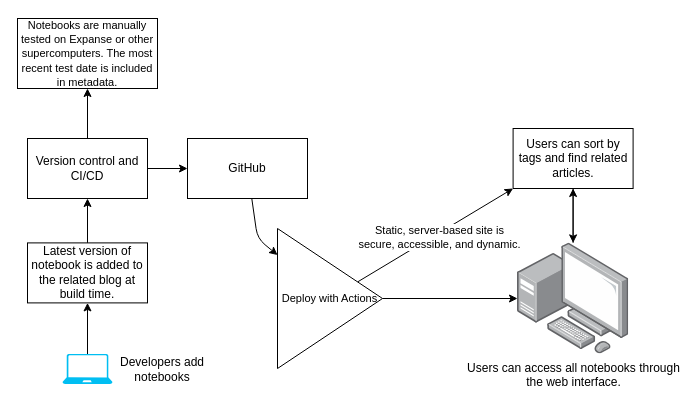
sdsc-hpc-training-org/Expanse-Notebooks keeps this draw.io diagram as ADRs and sequence diagrams/sequence-diagram.drawio. Above is the earlier version. Source tidied: cells renumbered, new cells numbered last; positions are measured from the earlier drawing's top-left corner, leaving out a move shared by most shapes. Both pictures are drawn from the tidied source at 100%, with x=0, y=0 at pixel (17, 18).
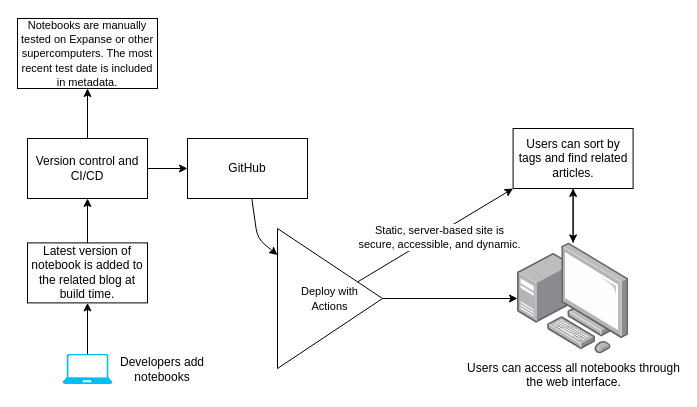
Above is the later version.

Commit message (it also covers changes not shown here):
fix dropdown bug

What changed in the source:
```diff
@@
-    <mxCell id="7" value="&lt;font style=&quot;font-size: 11px;&quot;&gt;Deploy with Actions&lt;/font&gt;" style="triangle;whiteSpace=wrap;html=1;" parent="1" vertex="1">
+    <mxCell id="7" value="&lt;font style=&quot;font-size: 11px;&quot;&gt;Deploy with &lt;br&gt;Actions&lt;/font&gt;" style="triangle;whiteSpace=wrap;html=1;" parent="1" vertex="1">
       <mxGeometry x="260" y="210" width="105" height="140" as="geometry" />
     </mxCell>
```
